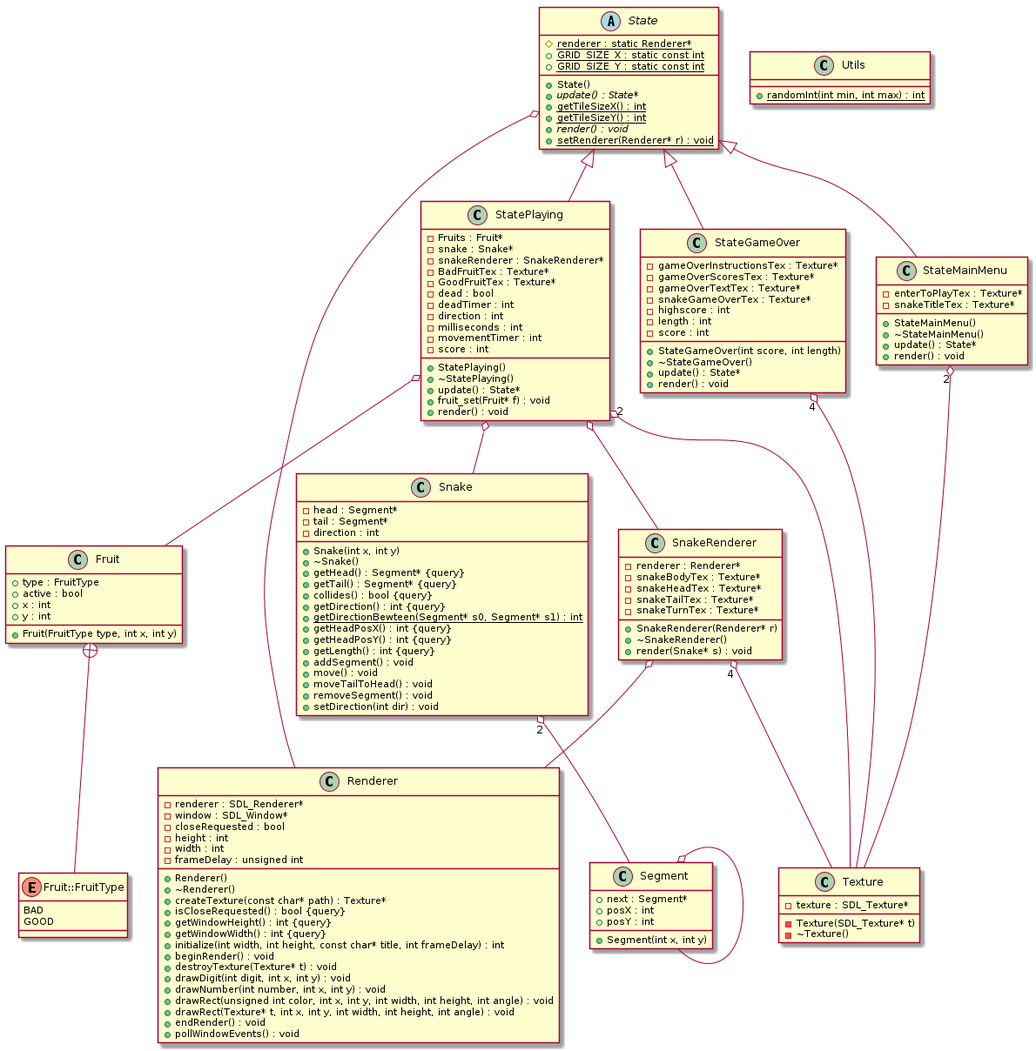
nwiart/gtech1-b23-snake keeps this PlantUML diagram as uml/classes.png. Above is the earlier version. Source of this version:
```plantuml
@startuml






class Fruit {
	+Fruit(FruitType type, int x, int y)
	+type : FruitType
	+active : bool
	+x : int
	+y : int
}


class Renderer {
	+Renderer()
	+~Renderer()
	-renderer : SDL_Renderer*
	-window : SDL_Window*
	+createTexture(const char* path) : Texture*
	-closeRequested : bool
	+isCloseRequested() : bool {query}
	+getWindowHeight() : int {query}
	+getWindowWidth() : int {query}
	-height : int
	+initialize(int width, int height, const char* title, int frameDelay) : int
	-width : int
	-frameDelay : unsigned int
	+beginRender() : void
	+destroyTexture(Texture* t) : void
	+drawDigit(int digit, int x, int y) : void
	+drawNumber(int number, int x, int y) : void
	+drawRect(unsigned int color, int x, int y, int width, int height, int angle) : void
	+drawRect(Texture* t, int x, int y, int width, int height, int angle) : void
	+endRender() : void
	+pollWindowEvents() : void
}


class Segment {
	+Segment(int x, int y)
	+next : Segment*
	+posX : int
	+posY : int
}


class Snake {
	+Snake(int x, int y)
	+~Snake()
	+getHead() : Segment* {query}
	+getTail() : Segment* {query}
	-head : Segment*
	-tail : Segment*
	+collides() : bool {query}
	-direction : int
	+getDirection() : int {query}
	+{static} getDirectionBewteen(Segment* s0, Segment* s1) : int
	+getHeadPosX() : int {query}
	+getHeadPosY() : int {query}
	+getLength() : int {query}
	+addSegment() : void
	+move() : void
	+moveTailToHead() : void
	+removeSegment() : void
	+setDirection(int dir) : void
}


class SnakeRenderer {
	+SnakeRenderer(Renderer* r)
	+~SnakeRenderer()
	-renderer : Renderer*
	-snakeBodyTex : Texture*
	-snakeHeadTex : Texture*
	-snakeTailTex : Texture*
	-snakeTurnTex : Texture*
	+render(Snake* s) : void
}


abstract class State {
	+State()
	+{abstract} update() : State*
	+{static} getTileSizeX() : int
	+{static} getTileSizeY() : int
	#{static} renderer : static Renderer*
	+{static} GRID_SIZE_X : static const int
	+{static} GRID_SIZE_Y : static const int
	+{abstract} render() : void
	+{static} setRenderer(Renderer* r) : void
}


class StateGameOver {
	+StateGameOver(int score, int length)
	+~StateGameOver()
	+update() : State*
	-gameOverInstructionsTex : Texture*
	-gameOverScoresTex : Texture*
	-gameOverTextTex : Texture*
	-snakeGameOverTex : Texture*
	-highscore : int
	-length : int
	-score : int
	+render() : void
}


class StateMainMenu {
	+StateMainMenu()
	+~StateMainMenu()
	+update() : State*
	-enterToPlayTex : Texture*
	-snakeTitleTex : Texture*
	+render() : void
}


class StatePlaying {
	+StatePlaying()
	+~StatePlaying()
	-Fruits : Fruit*
	-snake : Snake*
	-snakeRenderer : SnakeRenderer*
	+update() : State*
	-BadFruitTex : Texture*
	-GoodFruitTex : Texture*
	-dead : bool
	-deadTimer : int
	-direction : int
	-milliseconds : int
	-movementTimer : int
	-score : int
	+fruit_set(Fruit* f) : void
	+render() : void
}


class Texture {
	-Texture(SDL_Texture* t)
	-~Texture()
	-texture : SDL_Texture*
}


class Utils {
	+{static} randomInt(int min, int max) : int
}


enum Fruit::FruitType {
	BAD
	GOOD
}






.State <|-- .StateGameOver


.State <|-- .StateMainMenu


.State <|-- .StatePlaying






.Segment o-- .Segment


.Snake "2" o-- .Segment


.SnakeRenderer o-- .Renderer


.SnakeRenderer "4" o-- .Texture


.State o-- .Renderer


.StateGameOver "4" o-- .Texture


.StateMainMenu "2" o-- .Texture


.StatePlaying o-- .Fruit


.StatePlaying o-- .Snake


.StatePlaying o-- .SnakeRenderer


.StatePlaying "2" o-- .Texture







.Fruit +-- .Fruit::FruitType




@enduml
```
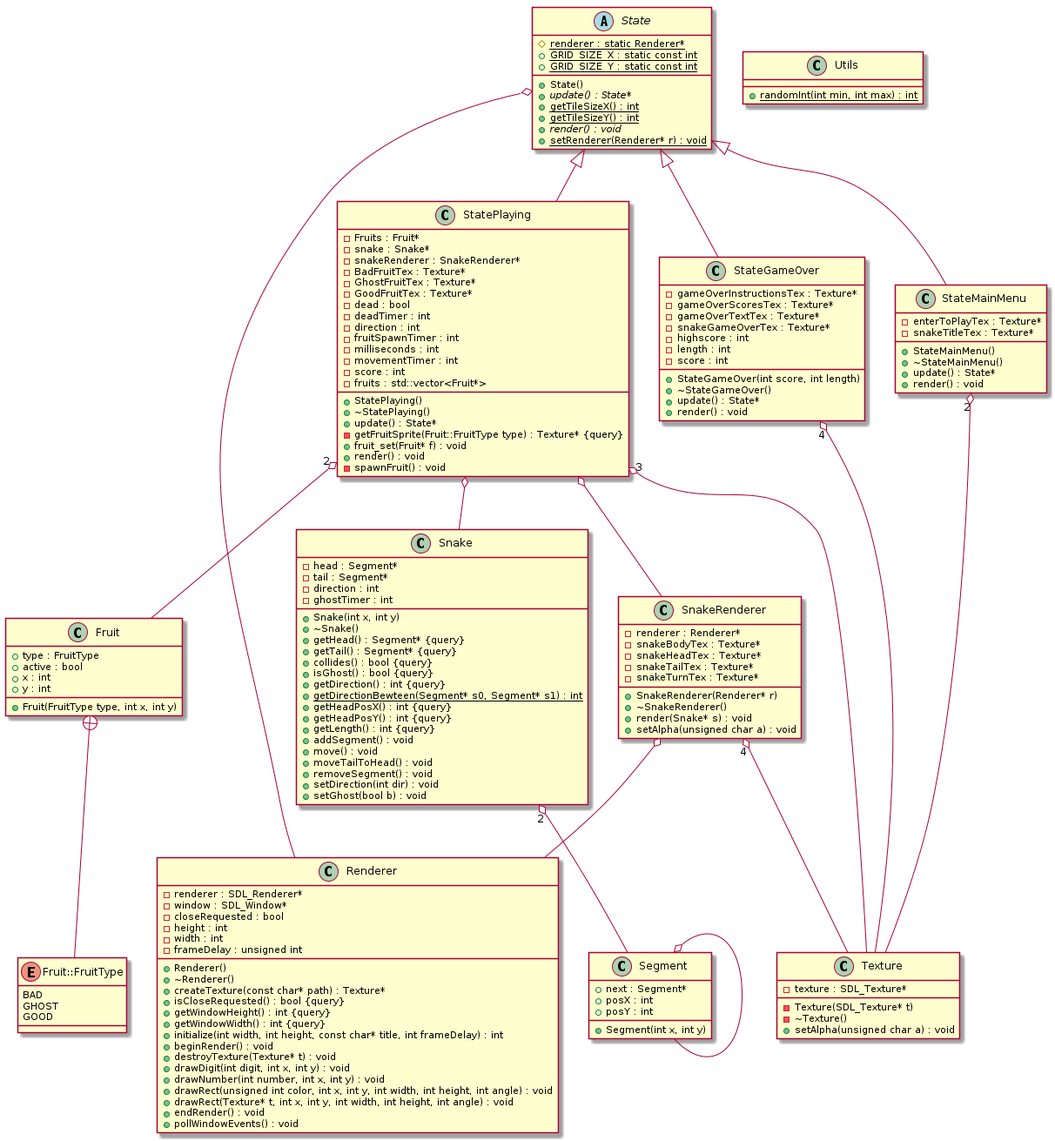
After the change.

Commit message:
Updated UML diagram

What changed in the source:
```diff
@@ -55,17 +55,20 @@
 	-head : Segment*
 	-tail : Segment*
 	+collides() : bool {query}
+	+isGhost() : bool {query}
 	-direction : int
 	+getDirection() : int {query}
 	+{static} getDirectionBewteen(Segment* s0, Segment* s1) : int
 	+getHeadPosX() : int {query}
 	+getHeadPosY() : int {query}
 	+getLength() : int {query}
+	-ghostTimer : int
 	+addSegment() : void
 	+move() : void
 	+moveTailToHead() : void
 	+removeSegment() : void
 	+setDirection(int dir) : void
+	+setGhost(bool b) : void
 }
 
 
@@ -78,6 +81,7 @@
 	-snakeTailTex : Texture*
 	-snakeTurnTex : Texture*
 	+render(Snake* s) : void
+	+setAlpha(unsigned char a) : void
 }
 
 
@@ -127,15 +131,20 @@
 	-snakeRenderer : SnakeRenderer*
 	+update() : State*
 	-BadFruitTex : Texture*
+	-GhostFruitTex : Texture*
 	-GoodFruitTex : Texture*
+	-getFruitSprite(Fruit::FruitType type) : Texture* {query}
 	-dead : bool
 	-deadTimer : int
 	-direction : int
+	-fruitSpawnTimer : int
 	-milliseconds : int
 	-movementTimer : int
 	-score : int
+	-fruits : std::vector<Fruit*>
 	+fruit_set(Fruit* f) : void
 	+render() : void
+	-spawnFruit() : void
 }
 
 
@@ -143,6 +152,7 @@
 	-Texture(SDL_Texture* t)
 	-~Texture()
 	-texture : SDL_Texture*
+	+setAlpha(unsigned char a) : void
 }
 
 
@@ -153,6 +163,7 @@
 
 enum Fruit::FruitType {
 	BAD
+	GHOST
 	GOOD
 }
 
@@ -195,7 +206,7 @@
 .StateMainMenu "2" o-- .Texture
 
 
-.StatePlaying o-- .Fruit
+.StatePlaying "2" o-- .Fruit
 
 
 .StatePlaying o-- .Snake
@@ -204,7 +215,7 @@
 .StatePlaying o-- .SnakeRenderer
 
 
-.StatePlaying "2" o-- .Texture
+.StatePlaying "3" o-- .Texture
 
 
 
```
